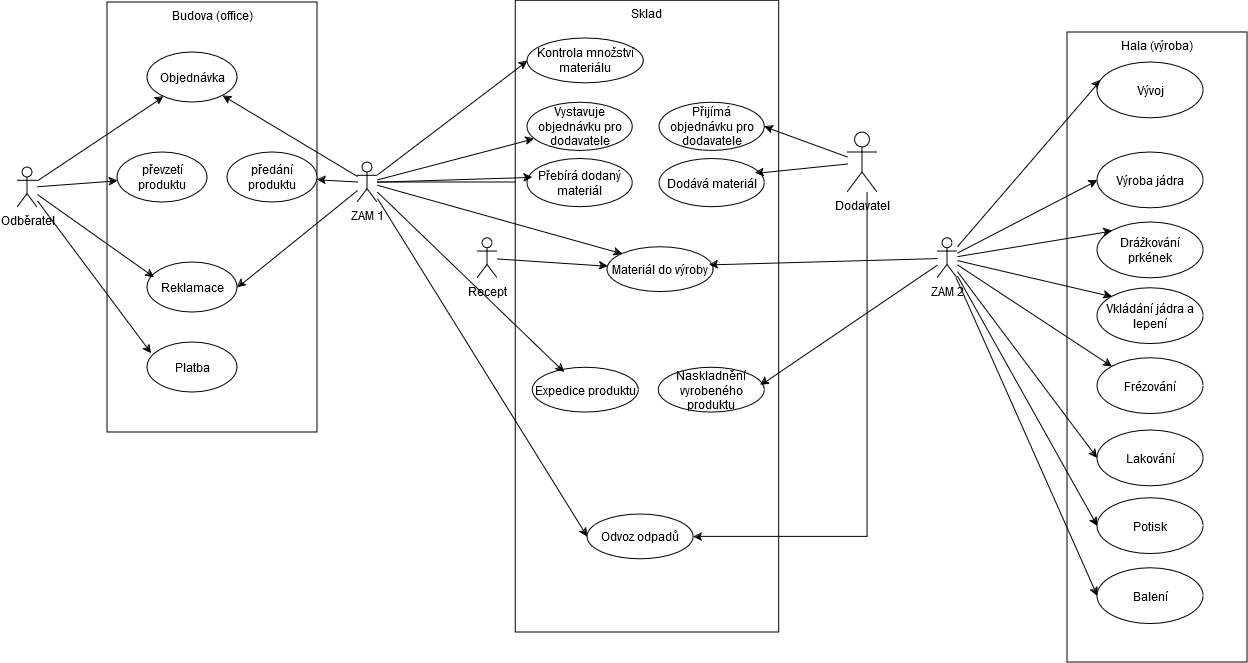
The draw.io diagram SW_ING/Tužka_state.png in KarelMasa/pg, before a commit. Source tidied: cells renumbered, new cells last; positions are measured from the earlier drawing's top-left corner, leaving out a move shared by most shapes.
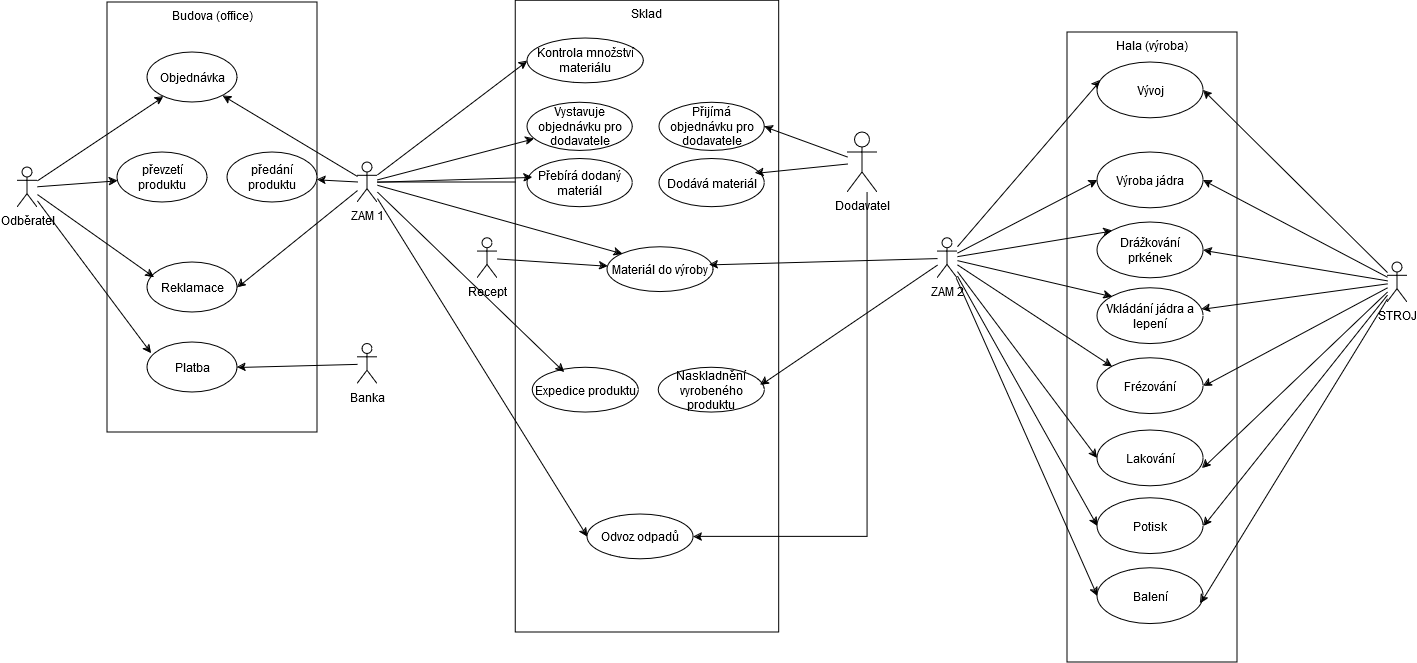
After the commit.

Change to the diagram source:
```diff
@@ -45,7 +45,7 @@
       <mxGeometry relative="1" as="geometry" />
     </mxCell>
     <mxCell id="16" value="Hala (výroba)" style="html=1;whiteSpace=wrap;verticalAlign=top;" parent="1" vertex="1">
-      <mxGeometry x="1050" y="32" width="180" height="630" as="geometry" />
+      <mxGeometry x="1050" y="32" width="170" height="630" as="geometry" />
     </mxCell>
     <mxCell id="17" value="&lt;div&gt;Odběratel&lt;/div&gt;&lt;div&gt;&lt;br&gt;&lt;/div&gt;" style="shape=umlActor;verticalLabelPosition=bottom;verticalAlign=top;html=1;" parent="1" vertex="1">
       <mxGeometry y="167" width="20" height="40" as="geometry" />
@@ -186,5 +186,38 @@
     <mxCell id="61" style="rounded=0;jettySize=auto;html=1;entryX=0;entryY=0.5;entryDx=0;entryDy=0;" parent="1" edge="1" source="20" target="30">
       <mxGeometry relative="1" as="geometry" />
     </mxCell>
+    <mxCell id="62" style="rounded=0;jettySize=auto;html=1;entryX=1;entryY=0.5;entryDx=0;entryDy=0;" parent="1" edge="1" source="63" target="7">
+      <mxGeometry relative="1" as="geometry" />
+    </mxCell>
+    <mxCell id="63" value="Banka" style="shape=umlActor;verticalLabelPosition=bottom;verticalAlign=top;html=1;" parent="1" vertex="1">
+      <mxGeometry x="340" y="343.6" width="20" height="40" as="geometry" />
+    </mxCell>
+    <mxCell id="64" style="rounded=0;jettySize=auto;html=1;entryX=1;entryY=0.5;entryDx=0;entryDy=0;" parent="1" edge="1" source="70" target="57">
+      <mxGeometry relative="1" as="geometry" />
+    </mxCell>
+    <mxCell id="65" style="rounded=0;jettySize=auto;html=1;entryX=1;entryY=0.5;entryDx=0;entryDy=0;" parent="1" edge="1" source="70" target="49">
+      <mxGeometry relative="1" as="geometry" />
+    </mxCell>
+    <mxCell id="66" style="rounded=0;jettySize=auto;html=1;entryX=1;entryY=0.5;entryDx=0;entryDy=0;" parent="1" edge="1" source="70" target="51">
+      <mxGeometry relative="1" as="geometry" />
+    </mxCell>
+    <mxCell id="67" style="rounded=0;jettySize=auto;html=1;" parent="1" edge="1" source="70" target="52">
+      <mxGeometry relative="1" as="geometry" />
+    </mxCell>
+    <mxCell id="68" style="rounded=0;jettySize=auto;html=1;entryX=1;entryY=0.5;entryDx=0;entryDy=0;" parent="1" edge="1" source="70" target="53">
+      <mxGeometry relative="1" as="geometry" />
+    </mxCell>
+    <mxCell id="69" style="rounded=0;jettySize=auto;html=1;entryX=1;entryY=0.5;entryDx=0;entryDy=0;" parent="1" edge="1" source="70" target="55">
+      <mxGeometry relative="1" as="geometry" />
+    </mxCell>
+    <mxCell id="70" value="STROJ" style="shape=umlActor;verticalLabelPosition=bottom;verticalAlign=top;html=1;" parent="1" vertex="1">
+      <mxGeometry x="1370" y="262" width="20" height="40" as="geometry" />
+    </mxCell>
+    <mxCell id="71" style="rounded=0;jettySize=auto;html=1;entryX=0.99;entryY=0.682;entryDx=0;entryDy=0;entryPerimeter=0;" parent="1" edge="1" source="70" target="56">
+      <mxGeometry relative="1" as="geometry" />
+    </mxCell>
+    <mxCell id="72" style="rounded=0;jettySize=auto;html=1;entryX=0.971;entryY=0.631;entryDx=0;entryDy=0;entryPerimeter=0;" parent="1" edge="1" source="70" target="54">
+      <mxGeometry relative="1" as="geometry" />
+    </mxCell>
   </root>
 </mxGraphModel>
```
